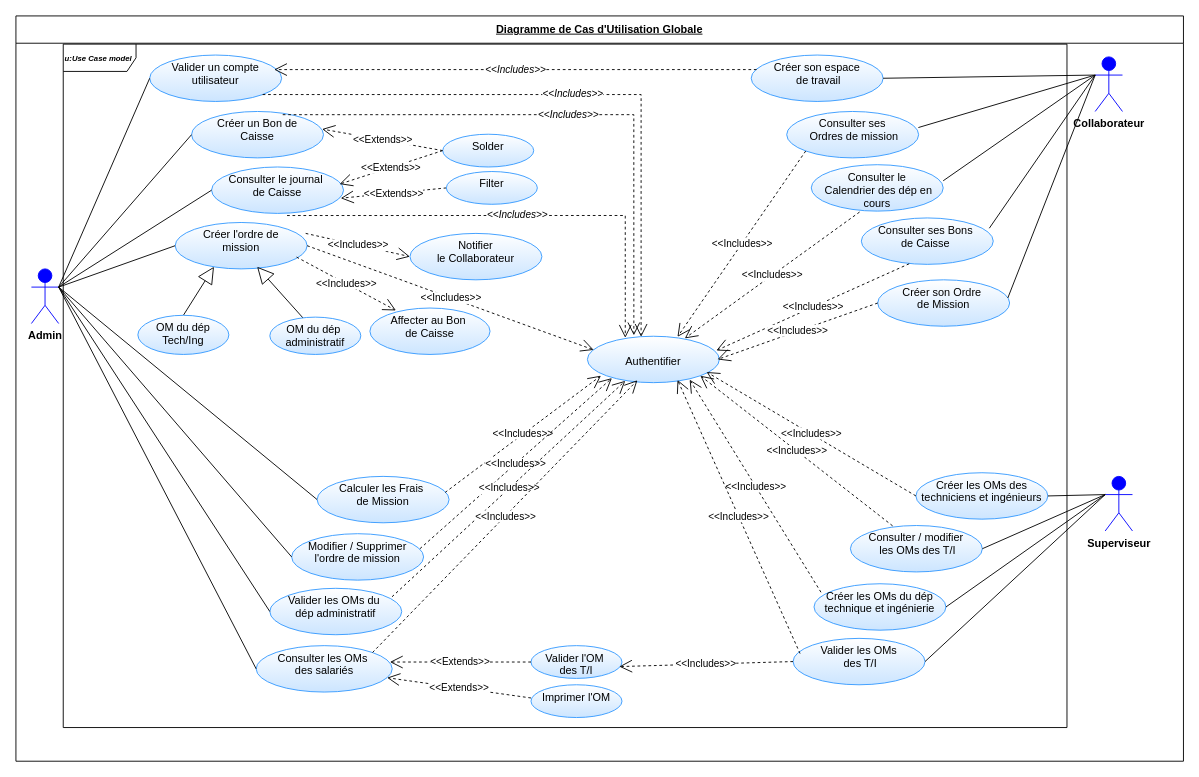
Before: useCaseApp.drawio in BARIGOU-Imane/Gestion-des-Ordres-de-Mission, a draw.io diagram. Source tidied: cells renumbered, new cells numbered last; positions are measured from the earlier drawing's top-left corner, leaving out a move shared by most shapes. Both pictures are drawn from the tidied source at 91%, with x=0, y=0 at pixel (15, 15).
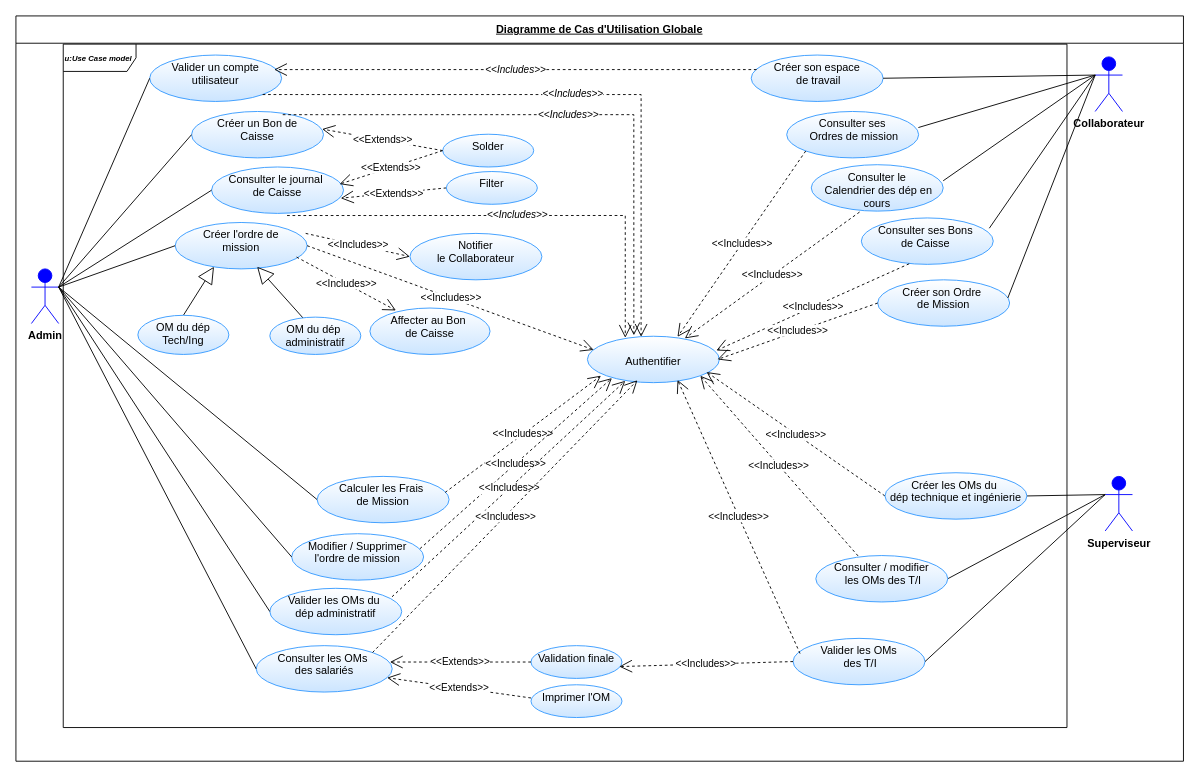
Above is the later version.

Commit message:
Mettre à jour useCaseApp.drawio

Unchanged cells that the change refers to:
```xml
<mxCell id="5" value="&lt;b&gt;Superviseur&lt;/b&gt;&lt;div&gt;&lt;br&gt;&lt;/div&gt;" style="shape=umlActor;verticalLabelPosition=bottom;verticalAlign=top;html=1;outlineConnect=0;fillColor=#0000FF;strokeColor=#0000FF;" parent="1" vertex="1">
  <mxGeometry x="1197" y="506" width="30" height="60" as="geometry" />
</mxCell>
<mxCell id="58" value="&lt;div&gt;&lt;br&gt;&lt;/div&gt;Authentifier" style="ellipse;whiteSpace=wrap;html=1;verticalAlign=top;strokeColor=#3399FF;gradientColor=#CCE5FF;" parent="1" vertex="1">
  <mxGeometry x="628" y="352" width="145" height="51" as="geometry" />
</mxCell>
<mxCell id="76" value="&lt;i&gt;&lt;font style=&quot;font-size: 8.5px;&quot;&gt;&lt;b style=&quot;&quot;&gt;u:Use Case model&lt;/b&gt;&lt;/font&gt;&lt;/i&gt;" style="shape=umlFrame;whiteSpace=wrap;html=1;width=80;align=left;" parent="75" vertex="1">
  <mxGeometry width="1103" height="751" relative="1" as="geometry">
    <mxPoint x="52" y="31" as="offset" />
  </mxGeometry>
</mxCell>
```

Diff of the diagram source:
```diff
@@
-    <mxCell id="13" value="Créer les OMs du dép technique et ingénierie&lt;div&gt;&lt;br&gt;&lt;/div&gt;" style="ellipse;whiteSpace=wrap;html=1;verticalAlign=top;strokeColor=#3399FF;gradientColor=#CCE5FF;" parent="1" vertex="1">
-      <mxGeometry x="877" y="624" width="145" height="51" as="geometry" />
-    </mxCell>
-    <mxCell id="14" value="&lt;div&gt;Consulter / modifier&lt;/div&gt;&lt;div&gt;&amp;nbsp;les OMs des T/I&lt;/div&gt;" style="ellipse;whiteSpace=wrap;html=1;verticalAlign=top;strokeColor=#3399FF;gradientColor=#CCE5FF;" parent="1" vertex="1">
-      <mxGeometry x="917" y="560" width="145" height="51" as="geometry" />
-    </mxCell>
-    <mxCell id="15" value="Créer les OMs des techniciens et ingénieurs&lt;div&gt;&lt;br&gt;&lt;/div&gt;" style="ellipse;whiteSpace=wrap;html=1;verticalAlign=top;strokeColor=#3399FF;gradientColor=#CCE5FF;" parent="1" vertex="1">
-      <mxGeometry x="989" y="502" width="145" height="51" as="geometry" />
-    </mxCell>
-    <mxCell id="16" value="Valider l'OM&amp;nbsp;&lt;div&gt;des T/I&lt;/div&gt;" style="ellipse;whiteSpace=wrap;html=1;verticalAlign=top;strokeColor=#3399FF;gradientColor=#CCE5FF;" parent="1" vertex="1">
+    <mxCell id="16" value="Validation finale" style="ellipse;whiteSpace=wrap;html=1;verticalAlign=top;strokeColor=#3399FF;gradientColor=#CCE5FF;" parent="1" vertex="1">
       <mxGeometry x="566" y="692" width="100" height="36" as="geometry" />
     </mxCell>
@@
-    <mxCell id="25" style="endArrow=none;html=1;rounded=0;exitX=1;exitY=0.5;exitDx=0;exitDy=0;entryX=0;entryY=0.3333333333333333;entryDx=0;entryDy=0;entryPerimeter=0;" parent="1" edge="1" source="13" target="5">
-      <mxGeometry relative="1" as="geometry" />
-    </mxCell>
@@
-    <mxCell id="67" value="&amp;lt;&amp;lt;Includes&amp;gt;&amp;gt;" style="endArrow=open;endSize=12;dashed=1;html=1;rounded=0;exitX=0.053;exitY=0.183;exitDx=0;exitDy=0;entryX=0.775;entryY=0.935;entryDx=0;entryDy=0;exitPerimeter=0;entryPerimeter=0;" parent="1" edge="1" source="13" target="58">
-      <mxGeometry relative="1" as="geometry" />
-    </mxCell>
@@
+    <mxCell id="14" value="&lt;div&gt;Consulter / modifier&lt;/div&gt;&lt;div&gt;&amp;nbsp;les OMs des T/I&lt;/div&gt;" style="ellipse;whiteSpace=wrap;html=1;verticalAlign=top;strokeColor=#3399FF;gradientColor=#CCE5FF;" parent="76" vertex="1">
+      <mxGeometry x="827" y="562" width="145" height="51" as="geometry" />
+    </mxCell>
+    <mxCell id="15" value="&lt;div&gt;Créer les OMs du&amp;nbsp;&lt;/div&gt;&lt;div&gt;dép technique et ingénierie&lt;div&gt;&lt;br&gt;&lt;/div&gt;&lt;/div&gt;" style="ellipse;whiteSpace=wrap;html=1;verticalAlign=top;strokeColor=#3399FF;gradientColor=#CCE5FF;" parent="76" vertex="1">
+      <mxGeometry x="903" y="471" width="156" height="51" as="geometry" />
+    </mxCell>
```
